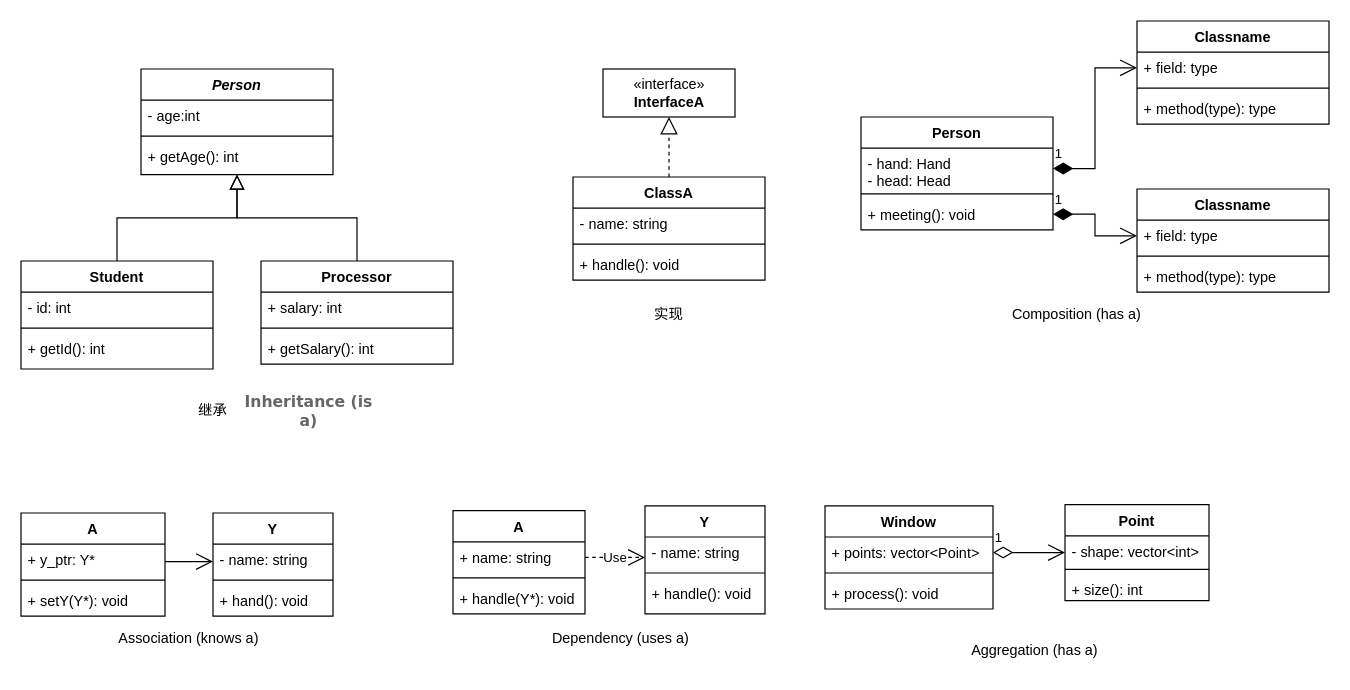
zhangjun/my_notes keeps this draw.io diagram as docs/drawio/uml.drawio. Above is the earlier version. Source tidied: cells renumbered, new cells numbered last; positions are measured from the earlier drawing's top-left corner, leaving out a move shared by most shapes. Both pictures are drawn from the tidied source at 120%, with x=0, y=0 at pixel (20, 20).
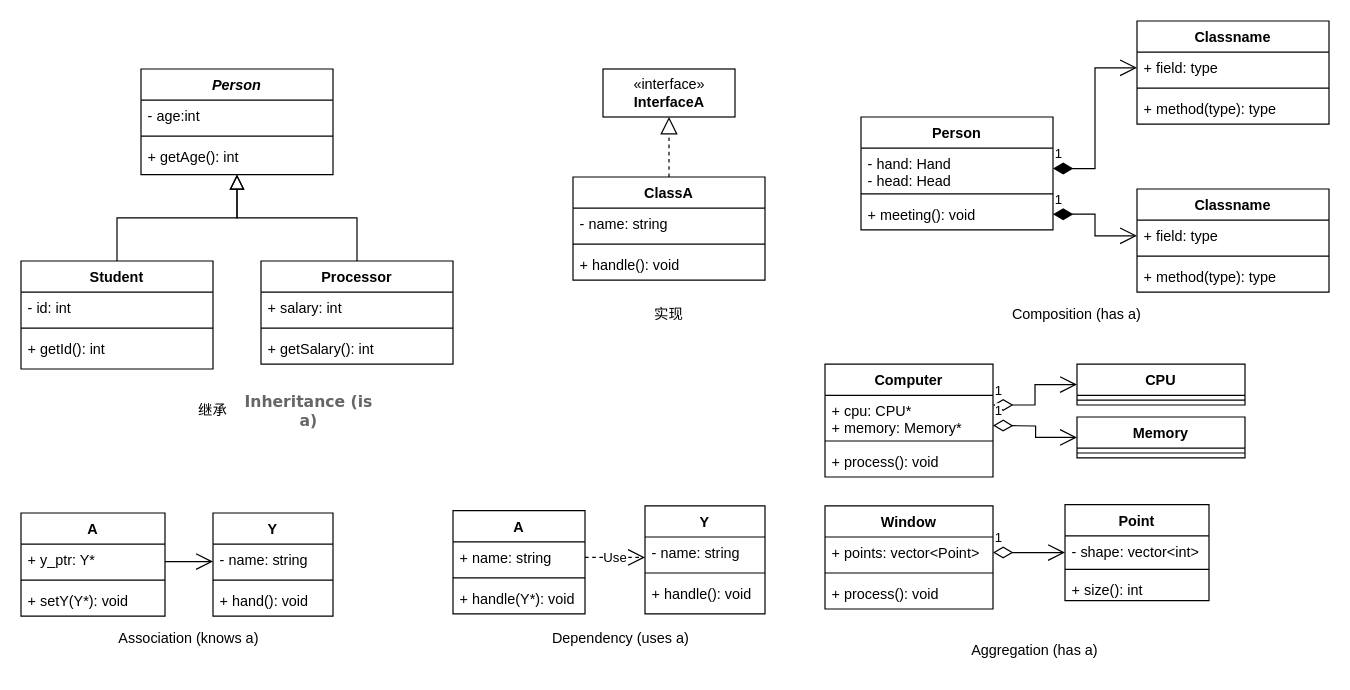
The same diagram, later.

Change to the diagram source:
```diff
@@
+    <mxCell id="70" value="Computer" style="swimlane;fontStyle=1;align=center;verticalAlign=top;horizontal=1;startSize=26;" parent="1" vertex="1">
+      <mxGeometry x="670" y="286" width="140" height="94" as="geometry" />
+    </mxCell>
+    <mxCell id="71" value="+ cpu: CPU*&#10;+ memory: Memory*" style="text;strokeColor=none;fillColor=none;align=left;verticalAlign=top;spacingLeft=4;spacingRight=4;overflow=hidden;" parent="70" vertex="1">
+      <mxGeometry y="26" width="140" height="34" as="geometry" />
+    </mxCell>
+    <mxCell id="72" style="line;strokeWidth=1;fillColor=none;align=left;verticalAlign=middle;spacingTop=-1;spacingLeft=3;spacingRight=3;labelPosition=right;" parent="70" vertex="1">
+      <mxGeometry y="60" width="140" height="8" as="geometry" />
+    </mxCell>
+    <mxCell id="73" value="+ process(): void" style="text;strokeColor=none;fillColor=none;align=left;verticalAlign=top;spacingLeft=4;spacingRight=4;overflow=hidden;" parent="70" vertex="1">
+      <mxGeometry y="68" width="140" height="26" as="geometry" />
+    </mxCell>
+    <mxCell id="74" value="CPU" style="swimlane;fontStyle=1;align=center;verticalAlign=top;horizontal=1;startSize=26;" parent="1" vertex="1">
+      <mxGeometry x="880" y="286" width="140" height="34" as="geometry" />
+    </mxCell>
+    <mxCell id="75" style="line;strokeWidth=1;fillColor=none;align=left;verticalAlign=middle;spacingTop=-1;spacingLeft=3;spacingRight=3;labelPosition=right;" parent="74" vertex="1">
+      <mxGeometry y="26" width="140" height="8" as="geometry" />
+    </mxCell>
+    <mxCell id="76" value="Memory" style="swimlane;fontStyle=1;align=center;verticalAlign=top;horizontal=1;startSize=26;" parent="1" vertex="1">
+      <mxGeometry x="880" y="330" width="140" height="34" as="geometry" />
+    </mxCell>
+    <mxCell id="77" style="line;strokeWidth=1;fillColor=none;align=left;verticalAlign=middle;spacingTop=-1;spacingLeft=3;spacingRight=3;labelPosition=right;" parent="76" vertex="1">
+      <mxGeometry y="26" width="140" height="8" as="geometry" />
+    </mxCell>
+    <mxCell id="78" value="1" style="endArrow=open;html=1;endSize=12;startArrow=diamondThin;startSize=14;startFill=0;edgeStyle=orthogonalEdgeStyle;align=left;verticalAlign=bottom;rounded=0;entryX=0;entryY=0.5;entryDx=0;entryDy=0;" parent="1" edge="1" target="74">
+      <mxGeometry x="-1" y="3" relative="1" as="geometry">
+        <mxPoint x="810" y="320" as="sourcePoint" />
+        <Array as="points">
+          <mxPoint x="845" y="320" />
+          <mxPoint x="845" y="303" />
+        </Array>
+      </mxGeometry>
+    </mxCell>
+    <mxCell id="79" value="1" style="endArrow=open;html=1;endSize=12;startArrow=diamondThin;startSize=14;startFill=0;edgeStyle=orthogonalEdgeStyle;align=left;verticalAlign=bottom;rounded=0;entryX=0;entryY=0.5;entryDx=0;entryDy=0;" parent="1" edge="1" target="76">
+      <mxGeometry x="-1" y="3" relative="1" as="geometry">
+        <mxPoint x="810" y="337" as="sourcePoint" />
+      </mxGeometry>
+    </mxCell>
```
